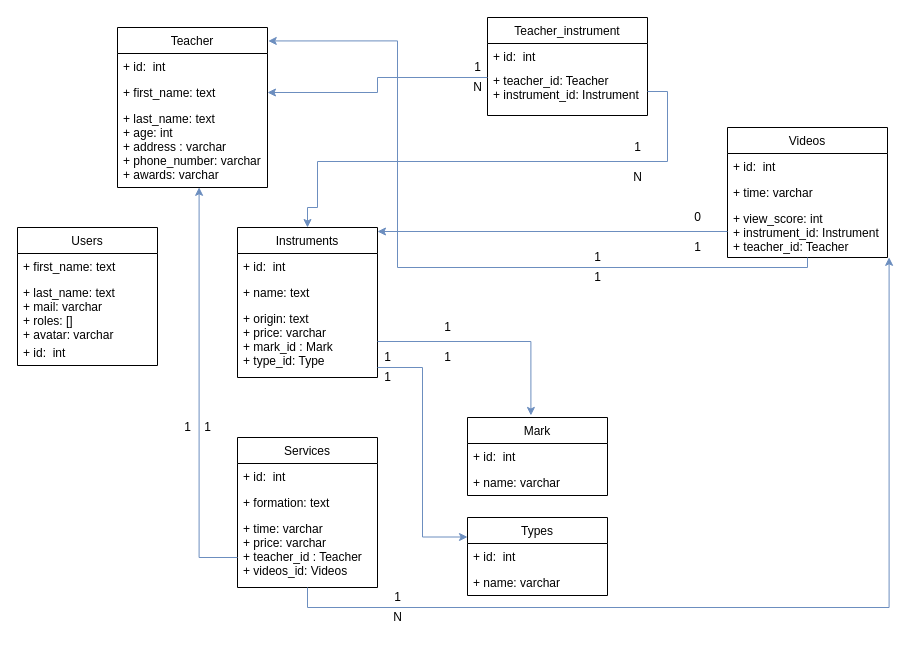
The draw.io diagram datas/Untitled Diagram.drawio in HugoDev12/mymusic, before the edit. Source tidied: cells renumbered, new cells numbered last; positions are measured from the earlier drawing's top-left corner, leaving out a move shared by most shapes. Both pictures are drawn from the tidied source at 100%, with x=0, y=0 at pixel (17, 17).
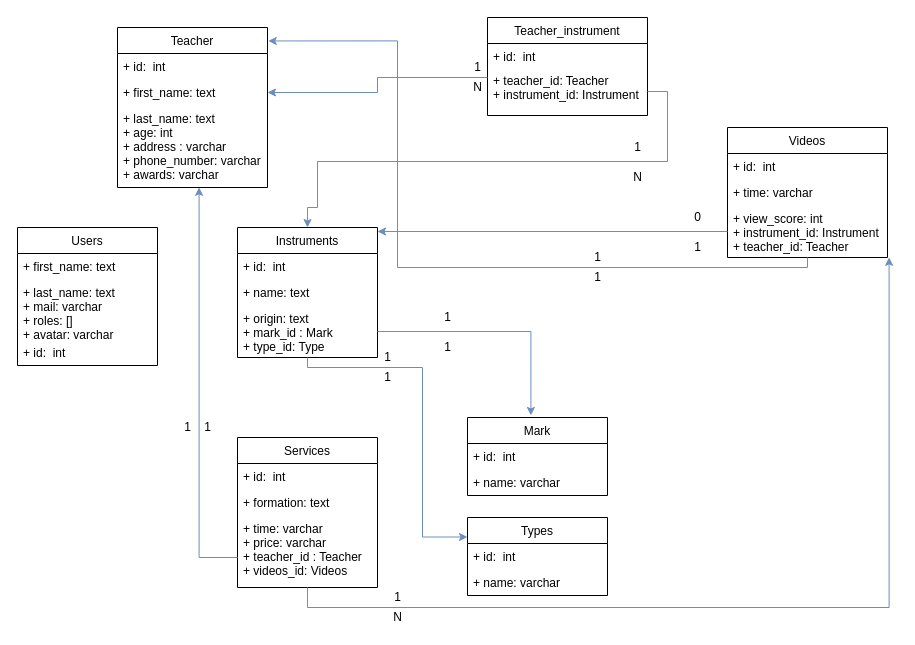
Above is the later version.

The edit, as a diff of the source:
```diff
@@
     <mxCell id="6" value="Instruments" style="swimlane;fontStyle=0;horizontal=1;startSize=26;fillColor=none;" parent="1" vertex="1">
-      <mxGeometry x="220" y="210" width="140" height="150" as="geometry" />
+      <mxGeometry x="220" y="210" width="140" height="130" as="geometry" />
     </mxCell>
@@
-    <mxCell id="9" value="+ origin: text&#10;+ price: varchar&#10;+ mark_id : Mark&#10;+ type_id: Type" style="text;strokeColor=none;fillColor=none;align=left;verticalAlign=top;spacingLeft=4;spacingRight=4;overflow=hidden;points=[[0,0.5],[1,0.5]];portConstraint=eastwest;" parent="6" vertex="1">
-      <mxGeometry y="78" width="140" height="72" as="geometry" />
+    <mxCell id="9" value="+ origin: text&#10;+ mark_id : Mark&#10;+ type_id: Type" style="text;strokeColor=none;fillColor=none;align=left;verticalAlign=top;spacingLeft=4;spacingRight=4;overflow=hidden;points=[[0,0.5],[1,0.5]];portConstraint=eastwest;" parent="6" vertex="1">
+      <mxGeometry y="78" width="140" height="52" as="geometry" />
     </mxCell>
@@
     <mxCell id="32" value="1" style="text;html=1;align=center;verticalAlign=middle;strokeColor=none;fillColor=none;" parent="1" vertex="1">
-      <mxGeometry x="420" y="300" width="20" height="20" as="geometry" />
+      <mxGeometry x="420" y="290" width="20" height="20" as="geometry" />
     </mxCell>
     <mxCell id="33" value="1" style="text;html=1;align=center;verticalAlign=middle;strokeColor=none;fillColor=none;" parent="1" vertex="1">
-      <mxGeometry x="420" y="330" width="20" height="20" as="geometry" />
+      <mxGeometry x="420" y="320" width="20" height="20" as="geometry" />
     </mxCell>
```
